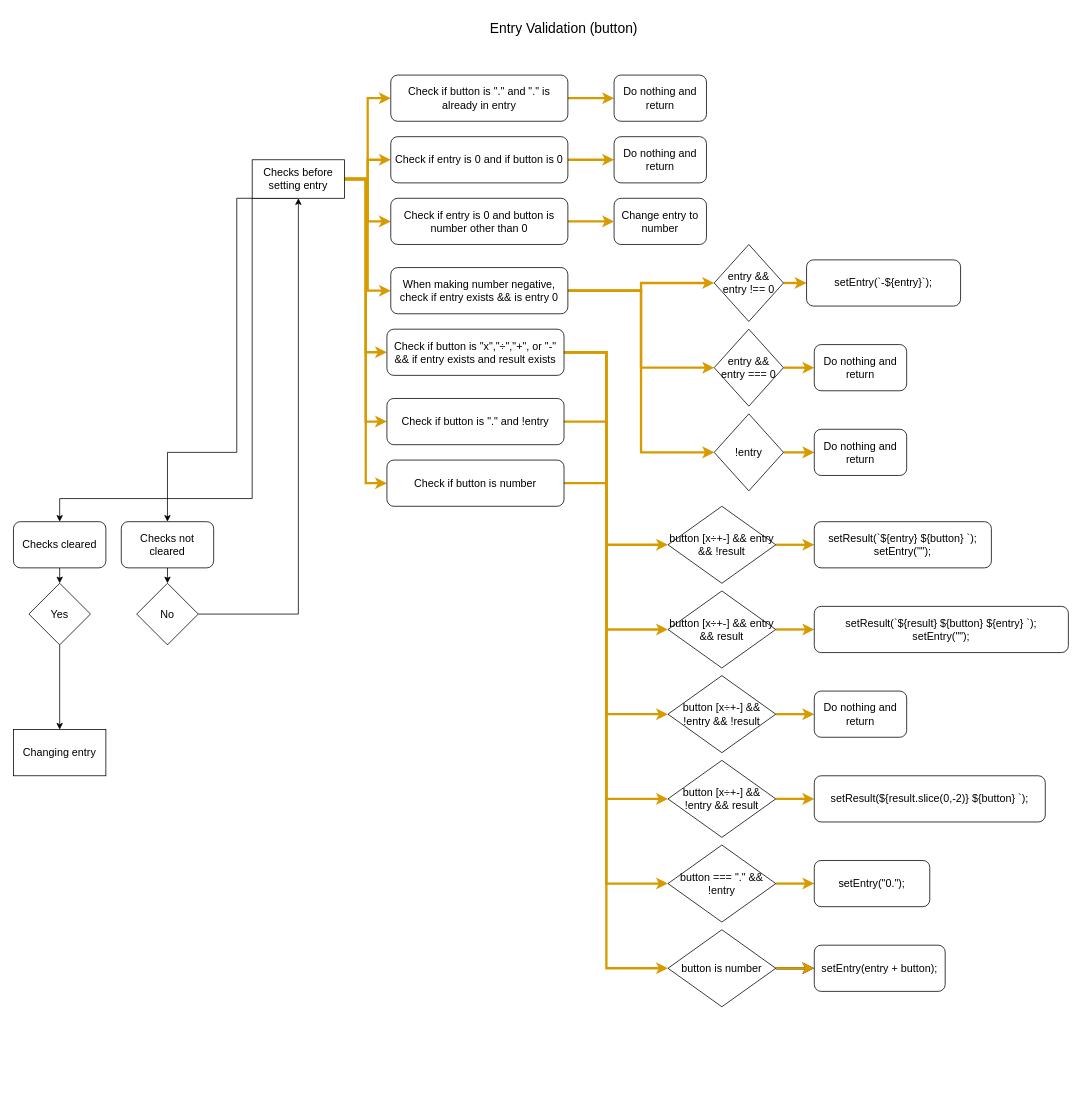
This is Reactive-Calculator-Diagram.drawio from Joeseff6/Reactive-Calculator, a draw.io file, before an edit. Source tidied: cells renumbered, new cells numbered last; positions are measured from the earlier drawing's top-left corner, leaving out a move shared by most shapes. Both pictures are drawn from the tidied source at 77%, with x=0, y=0 at pixel (13, 13).
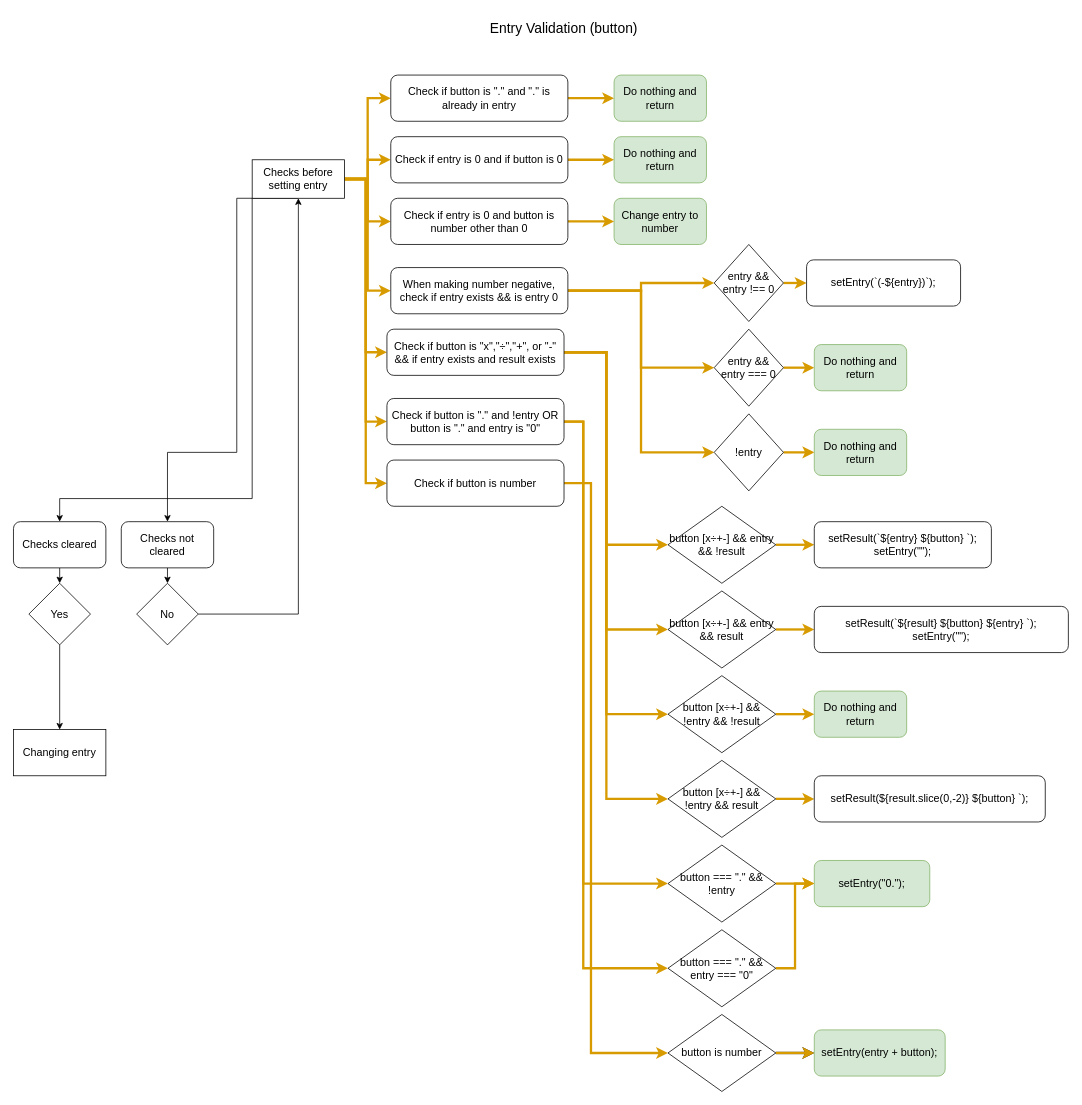
The same page after the edit.

Unchanged cells that the change refers to:
```xml
<mxCell id="64" value="button === &quot;.&quot; &amp;amp;&amp;amp; !entry" style="rhombus;whiteSpace=wrap;html=1;fontSize=14;" parent="1" vertex="1">
  <mxGeometry x="850" y="1080" width="140" height="100" as="geometry" />
</mxCell>
<mxCell id="67" value="Check if button is number" style="rounded=1;whiteSpace=wrap;html=1;fontSize=14;" parent="1" vertex="1">
  <mxGeometry x="485" y="580" width="230" height="60" as="geometry" />
</mxCell>
```

What changed in the source:
```diff
@@
-    <mxCell id="17" value="Do nothing and return" style="rounded=1;whiteSpace=wrap;html=1;fontSize=14;" parent="1" vertex="1">
+    <mxCell id="17" value="Do nothing and return" style="rounded=1;whiteSpace=wrap;html=1;fontSize=14;fillColor=#d5e8d4;strokeColor=#82b366;" parent="1" vertex="1">
       <mxGeometry x="780" y="80" width="120" height="60" as="geometry" />
     </mxCell>
-    <mxCell id="18" value="Do nothing and return" style="rounded=1;whiteSpace=wrap;html=1;fontSize=14;" parent="1" vertex="1">
+    <mxCell id="18" value="Do nothing and return" style="rounded=1;whiteSpace=wrap;html=1;fontSize=14;fillColor=#d5e8d4;strokeColor=#82b366;" parent="1" vertex="1">
       <mxGeometry x="780" y="160" width="120" height="60" as="geometry" />
     </mxCell>
-    <mxCell id="19" value="Change entry to number" style="rounded=1;whiteSpace=wrap;html=1;fontSize=14;" parent="1" vertex="1">
+    <mxCell id="19" value="Change entry to number" style="rounded=1;whiteSpace=wrap;html=1;fontSize=14;fillColor=#d5e8d4;strokeColor=#82b366;" parent="1" vertex="1">
       <mxGeometry x="780" y="240" width="120" height="60" as="geometry" />
     </mxCell>
@@
-    <mxCell id="30" value="setEntry(`-${entry}`);" style="rounded=1;whiteSpace=wrap;html=1;fontSize=14;" parent="1" vertex="1">
+    <mxCell id="30" value="setEntry(`(-${entry})`);" style="rounded=1;whiteSpace=wrap;html=1;fontSize=14;" parent="1" vertex="1">
       <mxGeometry x="1030" y="320" width="200" height="60" as="geometry" />
     </mxCell>
-    <mxCell id="31" value="Do nothing and return" style="rounded=1;whiteSpace=wrap;html=1;fontSize=14;" parent="1" vertex="1">
+    <mxCell id="31" value="Do nothing and return" style="rounded=1;whiteSpace=wrap;html=1;fontSize=14;fillColor=#d5e8d4;strokeColor=#82b366;" parent="1" vertex="1">
       <mxGeometry x="1040" y="430" width="120" height="60" as="geometry" />
     </mxCell>
@@
-    <mxCell id="34" value="Do nothing and return" style="rounded=1;whiteSpace=wrap;html=1;fontSize=14;" parent="1" vertex="1">
+    <mxCell id="34" value="Do nothing and return" style="rounded=1;whiteSpace=wrap;html=1;fontSize=14;fillColor=#d5e8d4;strokeColor=#82b366;" parent="1" vertex="1">
       <mxGeometry x="1040" y="540" width="120" height="60" as="geometry" />
     </mxCell>
@@
-    <mxCell id="57" value="Do nothing and return" style="rounded=1;whiteSpace=wrap;html=1;fontSize=14;" parent="1" vertex="1">
+    <mxCell id="57" value="Do nothing and return" style="rounded=1;whiteSpace=wrap;html=1;fontSize=14;fillColor=#d5e8d4;strokeColor=#82b366;" parent="1" vertex="1">
       <mxGeometry x="1040" y="880" width="120" height="60" as="geometry" />
     </mxCell>
@@
     <mxCell id="61" style="edgeStyle=orthogonalEdgeStyle;rounded=0;jettySize=auto;html=1;exitX=1;exitY=0.5;exitDx=0;exitDy=0;entryX=0;entryY=0.5;entryDx=0;entryDy=0;fontSize=14;strokeWidth=3;fillColor=#ffe6cc;strokeColor=#d79b00;" parent="1" edge="1" source="62" target="64">
       <mxGeometry relative="1" as="geometry">
         <Array as="points">
-          <mxPoint x="770" y="530" />
-          <mxPoint x="770" y="1130" />
+          <mxPoint x="740" y="530" />
+          <mxPoint x="740" y="1130" />
         </Array>
       </mxGeometry>
     </mxCell>
+    <mxCell id="72" style="edgeStyle=orthogonalEdgeStyle;rounded=0;jettySize=auto;html=1;exitX=1;exitY=0.5;exitDx=0;exitDy=0;entryX=0;entryY=0.5;entryDx=0;entryDy=0;fontSize=14;strokeWidth=3;fillColor=#ffe6cc;strokeColor=#d79b00;" parent="1" edge="1" source="62" target="74">
+      <mxGeometry relative="1" as="geometry">
+        <Array as="points">
+          <mxPoint x="740" y="530" />
+          <mxPoint x="740" y="1240" />
+        </Array>
+      </mxGeometry>
+    </mxCell>
-    <mxCell id="62" value="Check if button is &quot;.&quot; and !entry" style="rounded=1;whiteSpace=wrap;html=1;fontSize=14;" parent="1" vertex="1">
+    <mxCell id="62" value="Check if button is &quot;.&quot; and !entry OR button is &quot;.&quot; and entry is &quot;0&quot;" style="rounded=1;whiteSpace=wrap;html=1;fontSize=14;" parent="1" vertex="1">
       <mxGeometry x="485" y="500" width="230" height="60" as="geometry" />
     </mxCell>
@@
-    <mxCell id="65" value="setEntry(&quot;0.&quot;);" style="rounded=1;whiteSpace=wrap;html=1;fontSize=14;" parent="1" vertex="1">
+    <mxCell id="65" value="setEntry(&quot;0.&quot;);" style="rounded=1;whiteSpace=wrap;html=1;fontSize=14;fillColor=#d5e8d4;strokeColor=#82b366;" parent="1" vertex="1">
       <mxGeometry x="1040" y="1100" width="150" height="60" as="geometry" />
     </mxCell>
     <mxCell id="66" style="edgeStyle=orthogonalEdgeStyle;rounded=0;jettySize=auto;html=1;exitX=1;exitY=0.5;exitDx=0;exitDy=0;fontSize=14;strokeWidth=3;entryX=0;entryY=0.5;entryDx=0;entryDy=0;fillColor=#ffe6cc;strokeColor=#d79b00;" parent="1" edge="1" source="67" target="70">
       <mxGeometry relative="1" as="geometry">
         <Array as="points">
-          <mxPoint x="770" y="610" />
-          <mxPoint x="770" y="1240" />
+          <mxPoint x="750" y="610" />
+          <mxPoint x="750" y="1350" />
         </Array>
       </mxGeometry>
     </mxCell>
@@
     <mxCell id="70" value="button is number" style="rhombus;whiteSpace=wrap;html=1;fontSize=14;" parent="1" vertex="1">
-      <mxGeometry x="850" y="1190" width="140" height="100" as="geometry" />
+      <mxGeometry x="850" y="1300" width="140" height="100" as="geometry" />
     </mxCell>
-    <mxCell id="71" value="setEntry(entry + button);" style="rounded=1;whiteSpace=wrap;html=1;fontSize=14;" parent="1" vertex="1">
-      <mxGeometry x="1040" y="1210" width="170" height="60" as="geometry" />
+    <mxCell id="71" value="setEntry(entry + button);" style="rounded=1;whiteSpace=wrap;html=1;fontSize=14;fillColor=#d5e8d4;strokeColor=#82b366;" parent="1" vertex="1">
+      <mxGeometry x="1040" y="1320" width="170" height="60" as="geometry" />
     </mxCell>
+    <mxCell id="73" style="edgeStyle=orthogonalEdgeStyle;rounded=0;jettySize=auto;html=1;exitX=1;exitY=0.5;exitDx=0;exitDy=0;entryX=0;entryY=0.5;entryDx=0;entryDy=0;fontSize=14;strokeWidth=3;fillColor=#ffe6cc;strokeColor=#d79b00;" parent="1" edge="1" source="74" target="65">
+      <mxGeometry relative="1" as="geometry" />
+    </mxCell>
+    <mxCell id="74" value="button === &quot;.&quot; &amp;amp;&amp;amp; entry === &quot;0&quot;" style="rhombus;whiteSpace=wrap;html=1;fontSize=14;" parent="1" vertex="1">
+      <mxGeometry x="850" y="1190" width="140" height="100" as="geometry" />
+    </mxCell>
```
